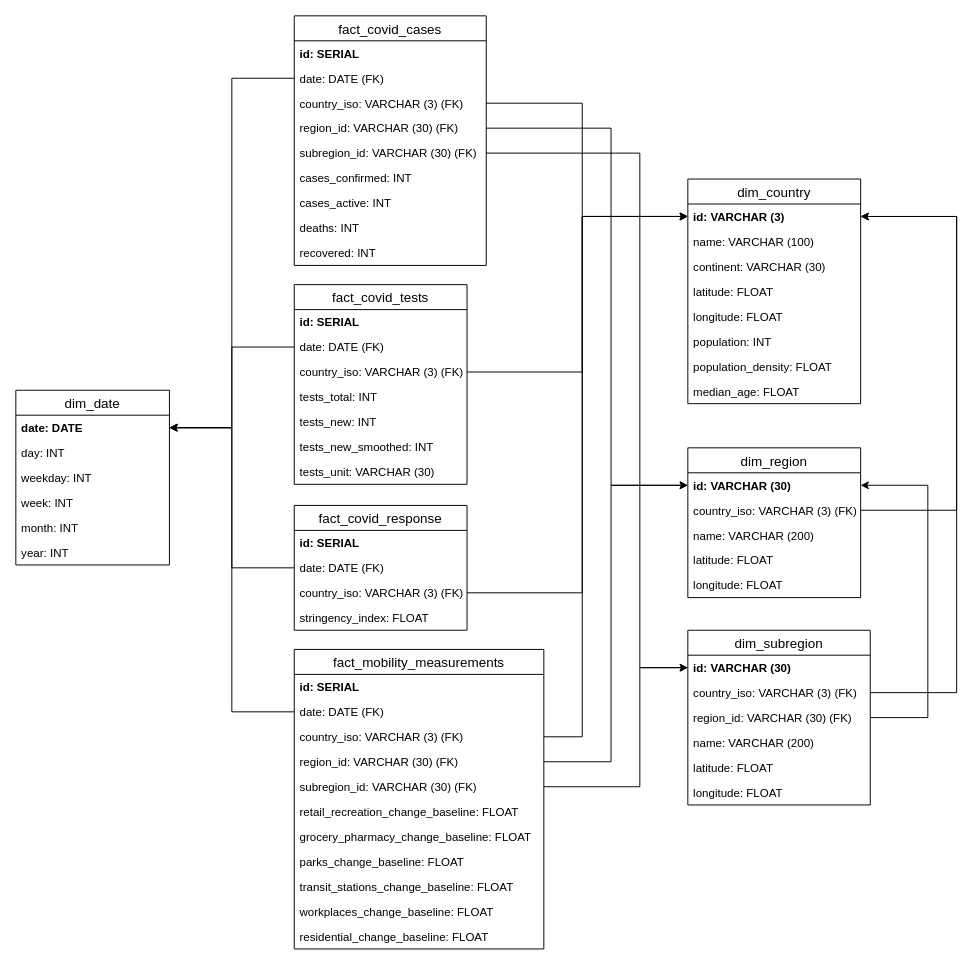
p-friedl/dataeng-capstone keeps this draw.io diagram as drawings/data_model.drawio. Above is the earlier version. Source tidied: cells renumbered, new cells numbered last; positions are measured from the earlier drawing's top-left corner, leaving out a move shared by most shapes. Both pictures are drawn from the tidied source at 96%, with x=0, y=0 at pixel (15, 15).
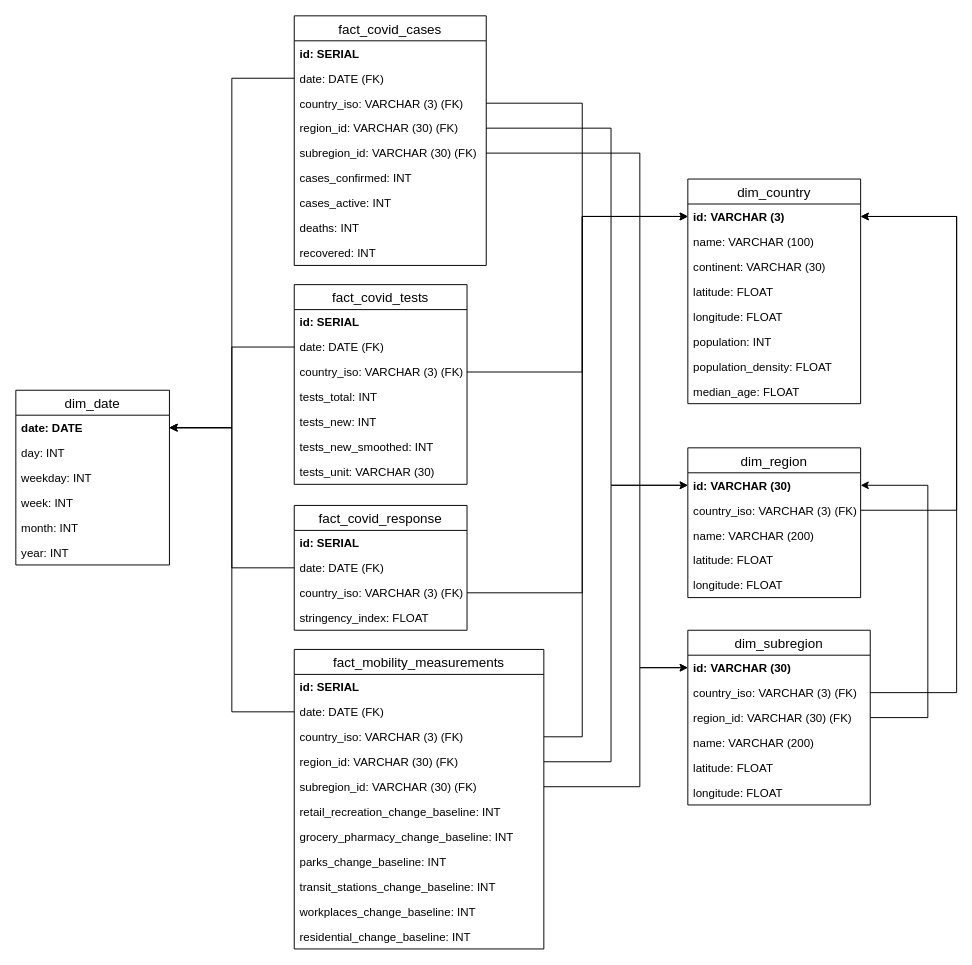
After the change.

Commit message (it also covers changes not shown here):
update fact_mobility_measurements - change datatypes

The change refers to these unchanged cells:
```xml
<mxCell id="27" value="fact_mobility_measurements" style="swimlane;fontStyle=0;horizontal=1;startSize=26;align=center;fontSize=14;" parent="1" vertex="1">
  <mxGeometry x="290" y="660" width="260" height="312" as="geometry" />
</mxCell>
```

Change to the diagram source:
```diff
@@
-    <mxCell id="33" value="retail_recreation_change_baseline: FLOAT" style="text;strokeColor=none;fillColor=none;spacingLeft=4;spacingRight=4;overflow=hidden;fontSize=12;" parent="27" vertex="1">
+    <mxCell id="33" value="retail_recreation_change_baseline: INT" style="text;strokeColor=none;fillColor=none;spacingLeft=4;spacingRight=4;overflow=hidden;fontSize=12;" parent="27" vertex="1">
       <mxGeometry y="156" width="260" height="26" as="geometry" />
     </mxCell>
-    <mxCell id="34" value="grocery_pharmacy_change_baseline: FLOAT" style="text;strokeColor=none;fillColor=none;spacingLeft=4;spacingRight=4;overflow=hidden;fontSize=12;" parent="27" vertex="1">
+    <mxCell id="34" value="grocery_pharmacy_change_baseline: INT" style="text;strokeColor=none;fillColor=none;spacingLeft=4;spacingRight=4;overflow=hidden;fontSize=12;" parent="27" vertex="1">
       <mxGeometry y="182" width="260" height="26" as="geometry" />
     </mxCell>
-    <mxCell id="35" value="parks_change_baseline: FLOAT" style="text;strokeColor=none;fillColor=none;spacingLeft=4;spacingRight=4;overflow=hidden;fontSize=12;" parent="27" vertex="1">
+    <mxCell id="35" value="parks_change_baseline: INT" style="text;strokeColor=none;fillColor=none;spacingLeft=4;spacingRight=4;overflow=hidden;fontSize=12;" parent="27" vertex="1">
       <mxGeometry y="208" width="260" height="26" as="geometry" />
     </mxCell>
-    <mxCell id="36" value="transit_stations_change_baseline: FLOAT" style="text;strokeColor=none;fillColor=none;spacingLeft=4;spacingRight=4;overflow=hidden;fontSize=12;" parent="27" vertex="1">
+    <mxCell id="36" value="transit_stations_change_baseline: INT" style="text;strokeColor=none;fillColor=none;spacingLeft=4;spacingRight=4;overflow=hidden;fontSize=12;" parent="27" vertex="1">
       <mxGeometry y="234" width="260" height="26" as="geometry" />
     </mxCell>
-    <mxCell id="37" value="workplaces_change_baseline: FLOAT" style="text;strokeColor=none;fillColor=none;spacingLeft=4;spacingRight=4;overflow=hidden;fontSize=12;" parent="27" vertex="1">
+    <mxCell id="37" value="workplaces_change_baseline: INT" style="text;strokeColor=none;fillColor=none;spacingLeft=4;spacingRight=4;overflow=hidden;fontSize=12;" parent="27" vertex="1">
       <mxGeometry y="260" width="260" height="26" as="geometry" />
     </mxCell>
-    <mxCell id="38" value="residential_change_baseline: FLOAT" style="text;strokeColor=none;fillColor=none;spacingLeft=4;spacingRight=4;overflow=hidden;fontSize=12;" parent="27" vertex="1">
+    <mxCell id="38" value="residential_change_baseline: INT" style="text;strokeColor=none;fillColor=none;spacingLeft=4;spacingRight=4;overflow=hidden;fontSize=12;" parent="27" vertex="1">
       <mxGeometry y="286" width="260" height="26" as="geometry" />
     </mxCell>
```
